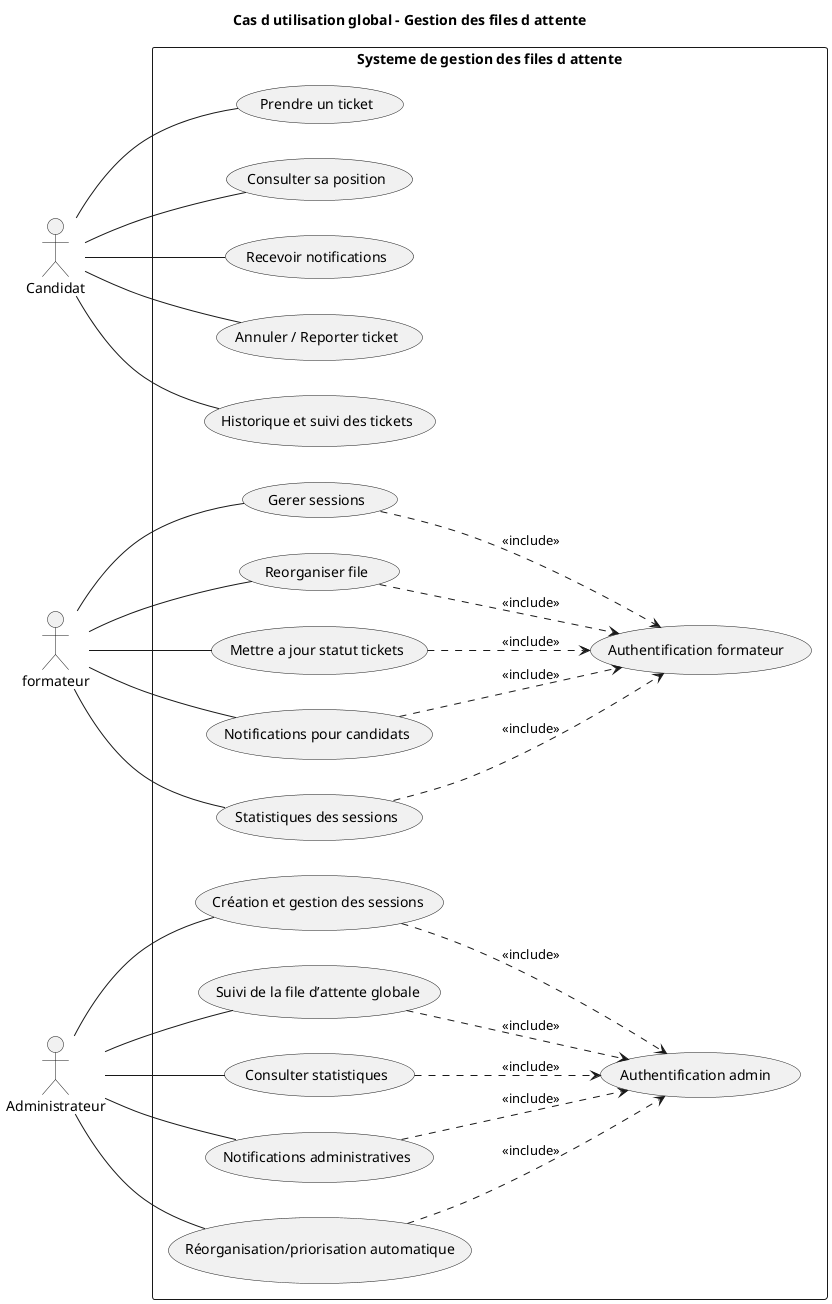
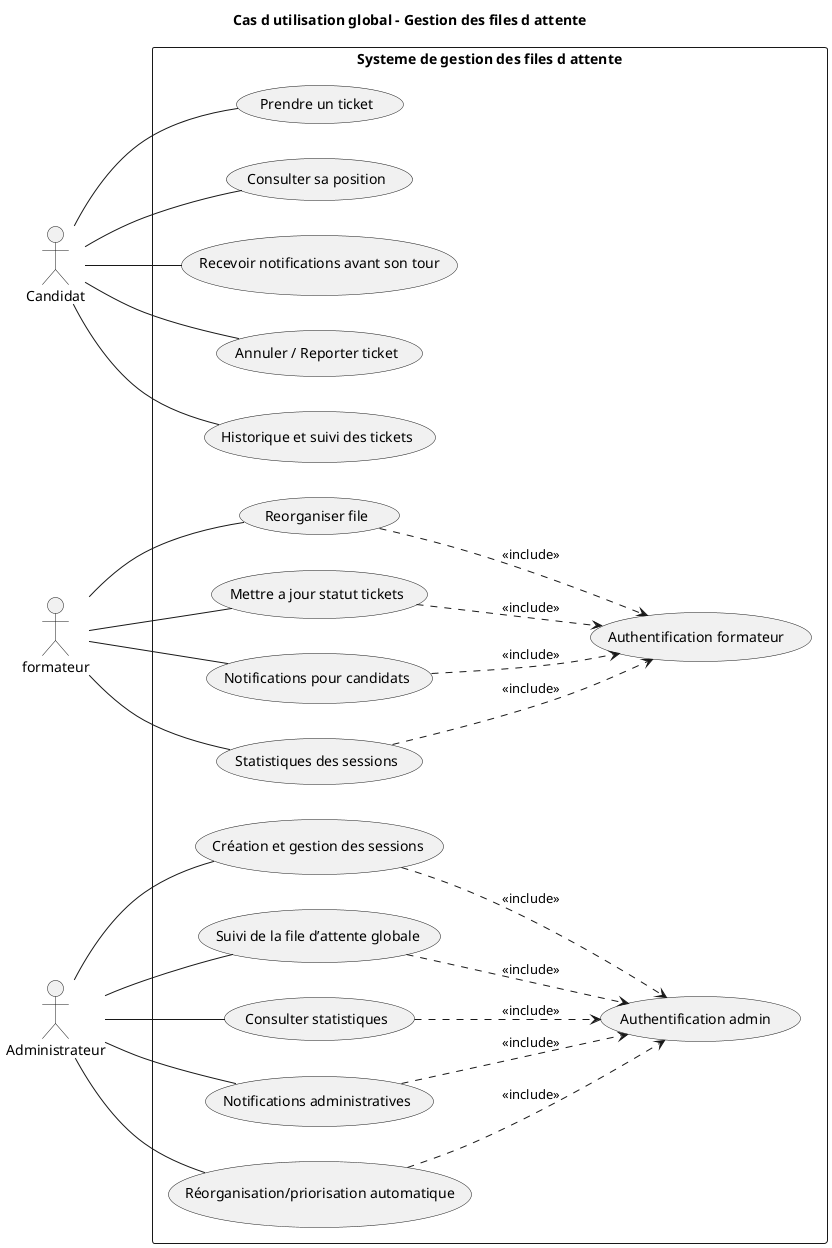
@startuml
left to right direction

title Cas d utilisation global - Gestion des files d attente

' Acteurs alignés verticalement
actor Candidat
actor "formateur" as Formateur
actor Administrateur as Admin

rectangle "Systeme de gestion des files d attente" {

  ' --- Cas Candidat ---
  usecase "Prendre un ticket" as UC1
  usecase "Consulter sa position" as UC2
-   usecase "Recevoir notifications" as UC3
+   usecase "Recevoir notifications avant son tour" as UC3
  usecase "Annuler / Reporter ticket" as UC4
  usecase "Historique et suivi des tickets" as UC16

  ' --- Cas Equipe ---
  usecase "Authentification formateur " as UC17
-   usecase "Gerer sessions" as UC5
  usecase "Reorganiser file" as UC6
  usecase "Mettre a jour statut tickets" as UC7
  usecase "Notifications pour candidats" as UC8
  usecase "Statistiques des sessions" as UC9

  ' --- Cas Admin ---
  usecase "Authentification admin " as UC10
  usecase "Création et gestion des sessions" as UC11
  usecase "Suivi de la file d’attente globale" as UC12
  usecase "Consulter statistiques" as UC13
  usecase "Notifications administratives" as UC14
  usecase "Réorganisation/priorisation automatique" as UC15
}

' Relations Candidat
Candidat -- UC1
Candidat -- UC2
Candidat -- UC3
Candidat -- UC4
Candidat -- UC16

' Relations Formateur
- Formateur -- UC5
+ 
Formateur -- UC6
Formateur -- UC7
Formateur -- UC8
Formateur -- UC9

- UC5 ..> UC17 : <<include>>
UC6 ..> UC17 : <<include>>
UC7 ..> UC17 : <<include>>
UC8 ..> UC17 : <<include>>
UC9 ..> UC17 : <<include>>

' Relations Admin
Admin -- UC11
Admin -- UC12
Admin -- UC13
Admin -- UC14
Admin -- UC15

UC11 ..> UC10 : <<include>>
UC12 ..> UC10 : <<include>>
UC13 ..> UC10 : <<include>>
UC14 ..> UC10 : <<include>>
UC15 ..> UC10 : <<include>>

@enduml